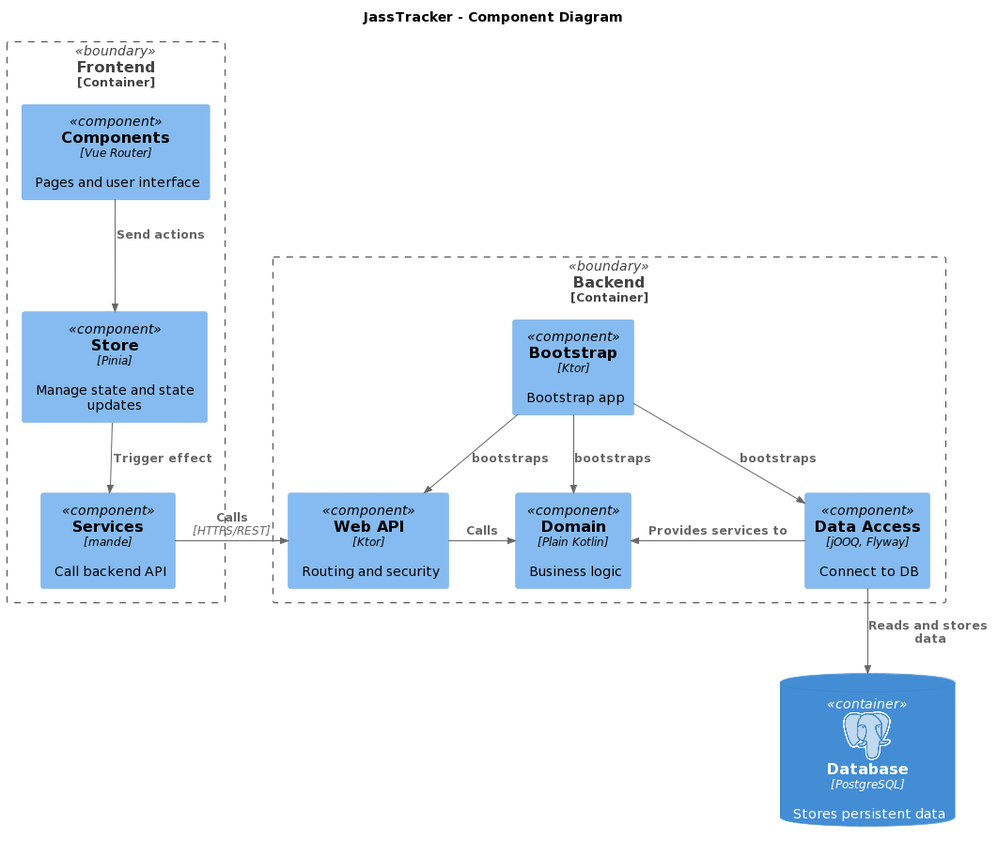
This is Documentation/src/resources/diagrams/c4-3-component.png from PascalHonegger/JassTracker, a PlantUML export, as it was before one commit.
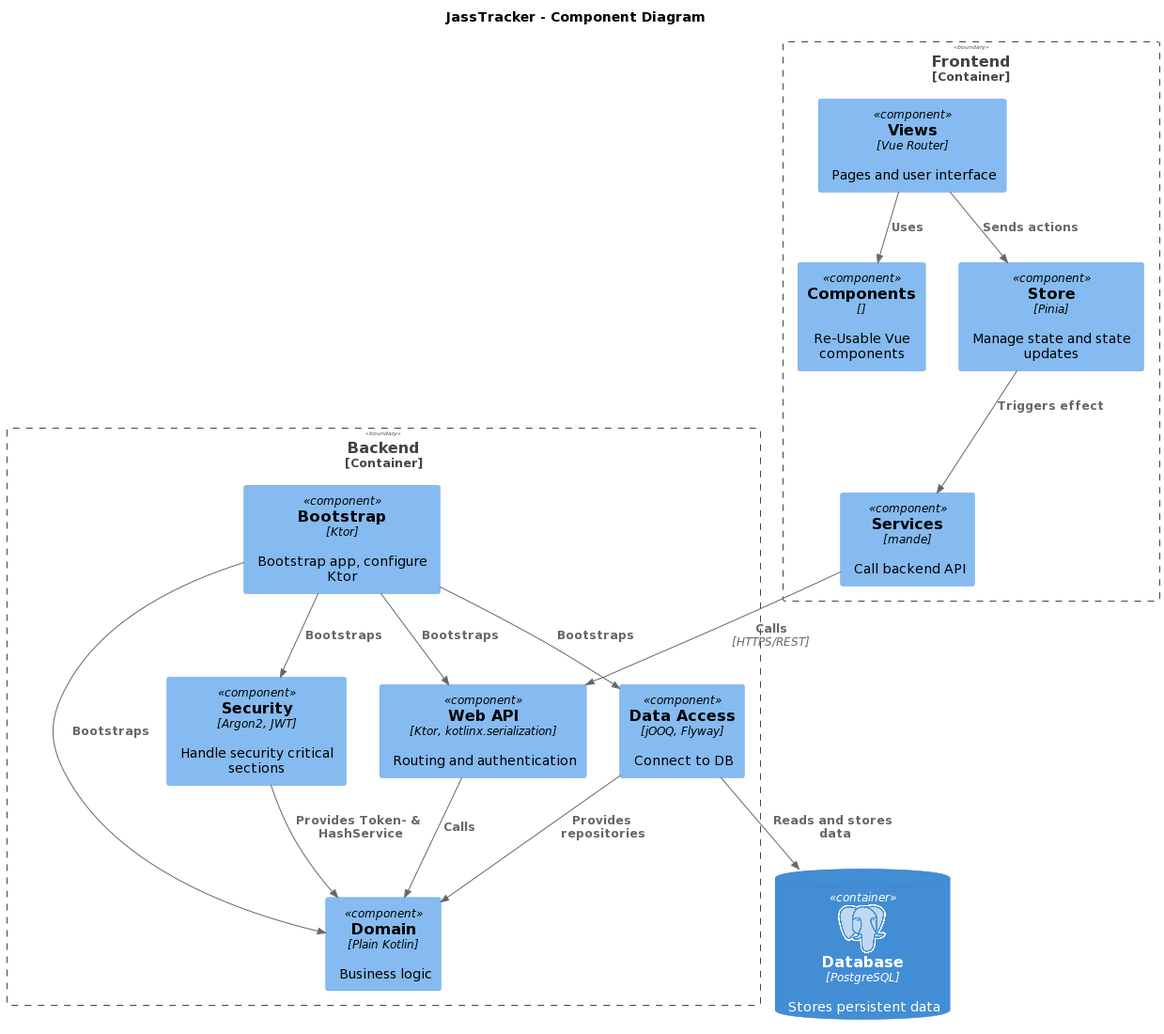
After the commit.

Commit message:
feat(doc): extend architecture documentation

Diff of the diagram source:
```diff
@@ -6,28 +6,34 @@
 title JassTracker - Component Diagram
 
 Container_Boundary(frontend, "Frontend") {
-    Component(components, "Components", "Vue Router", "Pages and user interface")
+    Component(components, "Components", "", "Re-Usable Vue components")
+    Component(views, "Views", "Vue Router", "Pages and user interface")
     Component(store, "Store", "Pinia", "Manage state and state updates")
     Component(backendApi, "Services", "mande", "Call backend API")
 }
 
 Container_Boundary(backend, "Backend") {
-    Component(webApi, "Web API", "Ktor", "Routing and security")
+    Component(webApi, "Web API", "Ktor, kotlinx.serialization", "Routing and authentication")
     Component(domain, "Domain", "Plain Kotlin", "Business logic")
     Component(dataAccess, "Data Access", "jOOQ, Flyway", "Connect to DB")
-    Component(bootstrap, "Bootstrap", "Ktor", "Bootstrap app")
+    Component(bootstrap, "Bootstrap", "Ktor", "Bootstrap app, configure Ktor")
+    Component(security, "Security", "Argon2, JWT", "Handle security critical sections")
 }
 
 ContainerDb(database, "Database", "PostgreSQL", "Stores persistent data", $sprite="postgresql")
 
-Rel(components, store, "Send actions")
-Rel(store, backendApi, "Trigger effect")
-Rel_R(backendApi, webApi, "Calls", "HTTPS/REST")
+Rel(views, components, "Uses")
+Rel(views, store, "Sends actions")
+Rel(store, backendApi, "Triggers effect")
+Rel(backendApi, webApi, "Calls", "HTTPS/REST")
 
-Rel_R(webApi, domain, "Calls")
-Rel_L(dataAccess, domain, "Provides services to")
+Rel(webApi, domain, "Calls")
+Rel(dataAccess, domain, "Provides repositories")
+Rel(security, domain, "Provides Token- & HashService")
 Rel(dataAccess, database, "Reads and stores data")
-Rel_D(bootstrap, webApi, "bootstraps")
-Rel_D(bootstrap, dataAccess, "bootstraps")
-Rel(bootstrap, domain, "bootstraps")
+Rel(bootstrap, webApi, "Bootstraps")
+Rel(bootstrap, dataAccess, "Bootstraps")
+Rel(bootstrap, security, "Bootstraps")
+
+Rel(bootstrap, domain, "Bootstraps")
 @enduml
```
